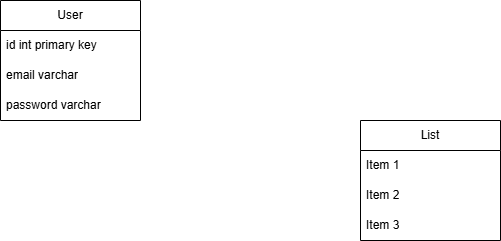
The draw.io diagram Diagramme sans nom.drawio.png in Vtr-Frt/toDoList, before a commit. Source tidied: cells renumbered, new cells last; positions are measured from the earlier drawing's top-left corner, leaving out a move shared by most shapes.
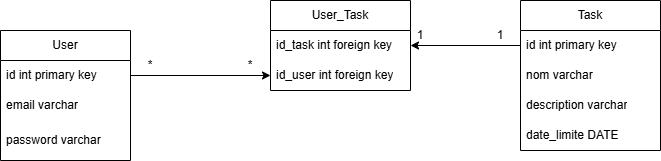
After the change.

Commit message:
Mettre à jour Diagramme sans nom.drawio.png

What changed in the source:
```diff
@@ -3,28 +3,58 @@
     <mxCell id="0" />
     <mxCell id="1" parent="0" />
     <mxCell id="2" value="User" style="swimlane;fontStyle=0;horizontal=1;startSize=30;whiteSpace=wrap;html=1;" parent="1" vertex="1">
-      <mxGeometry width="140" height="120" as="geometry" />
+      <mxGeometry x="-60" y="40" width="130" height="130" as="geometry" />
     </mxCell>
     <mxCell id="3" value="id int primary key" style="text;strokeColor=none;fillColor=none;align=left;verticalAlign=middle;spacingLeft=4;spacingRight=4;overflow=hidden;points=[[0,0.5],[1,0.5]];portConstraint=eastwest;whiteSpace=wrap;html=1;" parent="2" vertex="1">
-      <mxGeometry y="30" width="140" height="30" as="geometry" />
+      <mxGeometry y="30" width="130" height="30" as="geometry" />
     </mxCell>
     <mxCell id="4" value="email varchar" style="text;strokeColor=none;fillColor=none;align=left;verticalAlign=middle;spacingLeft=4;spacingRight=4;overflow=hidden;whiteSpace=wrap;html=1;" parent="2" vertex="1">
-      <mxGeometry y="60" width="140" height="30" as="geometry" />
+      <mxGeometry y="60" width="130" height="30" as="geometry" />
     </mxCell>
     <mxCell id="5" value="password varchar" style="text;strokeColor=none;fillColor=none;align=left;verticalAlign=middle;spacingLeft=4;spacingRight=4;overflow=hidden;whiteSpace=wrap;html=1;" parent="2" vertex="1">
-      <mxGeometry y="90" width="140" height="30" as="geometry" />
+      <mxGeometry y="90" width="130" height="40" as="geometry" />
     </mxCell>
-    <mxCell id="6" value="List" style="swimlane;fontStyle=0;horizontal=1;startSize=30;whiteSpace=wrap;html=1;" parent="1" vertex="1">
-      <mxGeometry x="360" y="120" width="140" height="120" as="geometry" />
+    <mxCell id="6" value="Task" style="swimlane;fontStyle=0;horizontal=1;startSize=30;whiteSpace=wrap;html=1;" parent="1" vertex="1">
+      <mxGeometry x="460" y="10" width="140" height="150" as="geometry" />
     </mxCell>
+    <mxCell id="9" value="id int primary key" style="text;strokeColor=none;fillColor=none;align=left;verticalAlign=middle;spacingLeft=4;spacingRight=4;overflow=hidden;points=[[0,0.5],[1,0.5]];portConstraint=eastwest;whiteSpace=wrap;html=1;" parent="6" vertex="1">
+      <mxGeometry y="30" width="140" height="30" as="geometry" />
+    </mxCell>
-    <mxCell id="7" value="Item 1" style="text;strokeColor=none;fillColor=none;align=left;verticalAlign=middle;spacingLeft=4;spacingRight=4;overflow=hidden;whiteSpace=wrap;html=1;" parent="6" vertex="1">
-      <mxGeometry y="30" width="140" height="30" as="geometry" />
+    <mxCell id="7" value="nom varchar" style="text;strokeColor=none;fillColor=none;align=left;verticalAlign=middle;spacingLeft=4;spacingRight=4;overflow=hidden;whiteSpace=wrap;html=1;" parent="6" vertex="1">
+      <mxGeometry y="60" width="140" height="30" as="geometry" />
     </mxCell>
-    <mxCell id="8" value="Item 2" style="text;strokeColor=none;fillColor=none;align=left;verticalAlign=middle;spacingLeft=4;spacingRight=4;overflow=hidden;whiteSpace=wrap;html=1;" parent="6" vertex="1">
-      <mxGeometry y="60" width="140" height="30" as="geometry" />
+    <mxCell id="8" value="description varchar" style="text;strokeColor=none;fillColor=none;align=left;verticalAlign=middle;spacingLeft=4;spacingRight=4;overflow=hidden;whiteSpace=wrap;html=1;" parent="6" vertex="1">
+      <mxGeometry y="90" width="140" height="30" as="geometry" />
     </mxCell>
-    <mxCell id="9" value="Item 3" style="text;strokeColor=none;fillColor=none;align=left;verticalAlign=middle;spacingLeft=4;spacingRight=4;overflow=hidden;points=[[0,0.5],[1,0.5]];portConstraint=eastwest;whiteSpace=wrap;html=1;" parent="6" vertex="1">
-      <mxGeometry y="90" width="140" height="30" as="geometry" />
-    </mxCell>
+    <mxCell id="10" value="date_limite DATE" style="text;strokeColor=none;fillColor=none;align=left;verticalAlign=middle;spacingLeft=4;spacingRight=4;overflow=hidden;whiteSpace=wrap;html=1;" parent="6" vertex="1">
+      <mxGeometry y="120" width="140" height="30" as="geometry" />
+    </mxCell>
+    <mxCell id="11" value="User_Task" style="swimlane;fontStyle=0;horizontal=1;startSize=30;whiteSpace=wrap;html=1;" parent="1" vertex="1">
+      <mxGeometry x="210" y="10" width="140" height="90" as="geometry" />
+    </mxCell>
+    <mxCell id="12" value="id_task int foreign key" style="text;strokeColor=none;fillColor=none;align=left;verticalAlign=middle;spacingLeft=4;spacingRight=4;overflow=hidden;points=[[0,0.5],[1,0.5]];portConstraint=eastwest;whiteSpace=wrap;html=1;" parent="11" vertex="1">
+      <mxGeometry y="30" width="140" height="30" as="geometry" />
+    </mxCell>
+    <mxCell id="13" value="id_user int foreign key" style="text;strokeColor=none;fillColor=none;align=left;verticalAlign=middle;spacingLeft=4;spacingRight=4;overflow=hidden;points=[[0,0.5],[1,0.5]];portConstraint=eastwest;whiteSpace=wrap;html=1;" parent="11" vertex="1">
+      <mxGeometry y="60" width="140" height="30" as="geometry" />
+    </mxCell>
+    <mxCell id="14" style="edgeStyle=orthogonalEdgeStyle;rounded=0;jettySize=auto;html=1;exitX=0;exitY=0.5;exitDx=0;exitDy=0;entryX=1;entryY=0.5;entryDx=0;entryDy=0;" parent="1" edge="1" source="9" target="12">
+      <mxGeometry relative="1" as="geometry" />
+    </mxCell>
+    <mxCell id="15" style="edgeStyle=orthogonalEdgeStyle;rounded=0;jettySize=auto;html=1;exitX=1;exitY=0.5;exitDx=0;exitDy=0;entryX=0;entryY=0.5;entryDx=0;entryDy=0;" parent="1" edge="1" source="3" target="13">
+      <mxGeometry relative="1" as="geometry" />
+    </mxCell>
+    <mxCell id="16" value="*" style="text;html=1;whiteSpace=wrap;strokeColor=none;fillColor=none;align=center;verticalAlign=middle;rounded=0;" parent="1" vertex="1">
+      <mxGeometry x="60" y="60" width="60" height="30" as="geometry" />
+    </mxCell>
+    <mxCell id="17" value="*" style="text;html=1;whiteSpace=wrap;strokeColor=none;fillColor=none;align=center;verticalAlign=middle;rounded=0;" parent="1" vertex="1">
+      <mxGeometry x="160" y="60" width="60" height="30" as="geometry" />
+    </mxCell>
+    <mxCell id="18" value="1" style="text;html=1;whiteSpace=wrap;strokeColor=none;fillColor=none;align=center;verticalAlign=middle;rounded=0;" parent="1" vertex="1">
+      <mxGeometry x="410" y="30" width="60" height="30" as="geometry" />
+    </mxCell>
+    <mxCell id="19" value="1" style="text;html=1;whiteSpace=wrap;strokeColor=none;fillColor=none;align=center;verticalAlign=middle;rounded=0;" parent="1" vertex="1">
+      <mxGeometry x="330" y="30" width="60" height="30" as="geometry" />
+    </mxCell>
   </root>
 </mxGraphModel>
```
